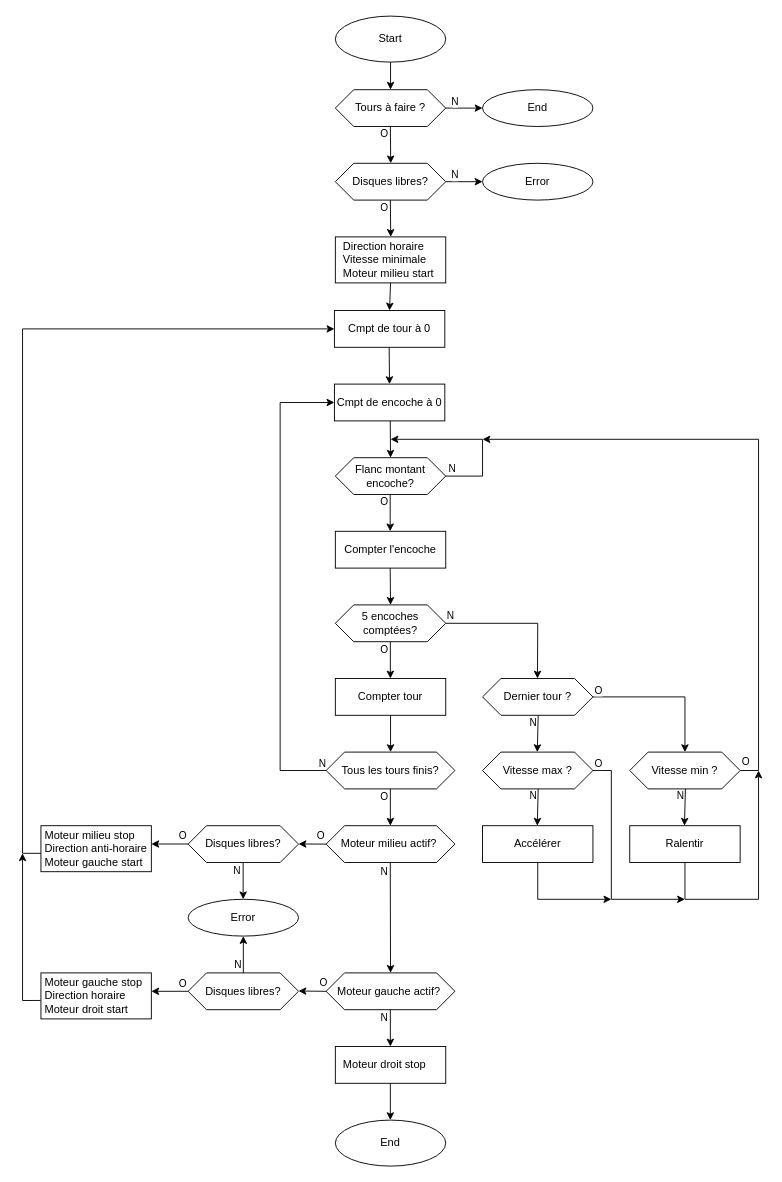
Earlier version of the draw.io diagram doc/diags/auto_sequence.drawio (Schokiiiiiiii/csn26). Source tidied: cells renumbered, new cells numbered last; positions are measured from the earlier drawing's top-left corner, leaving out a move shared by most shapes. Both pictures are drawn from the tidied source at 92%, with x=0, y=0 at pixel (22, 16).
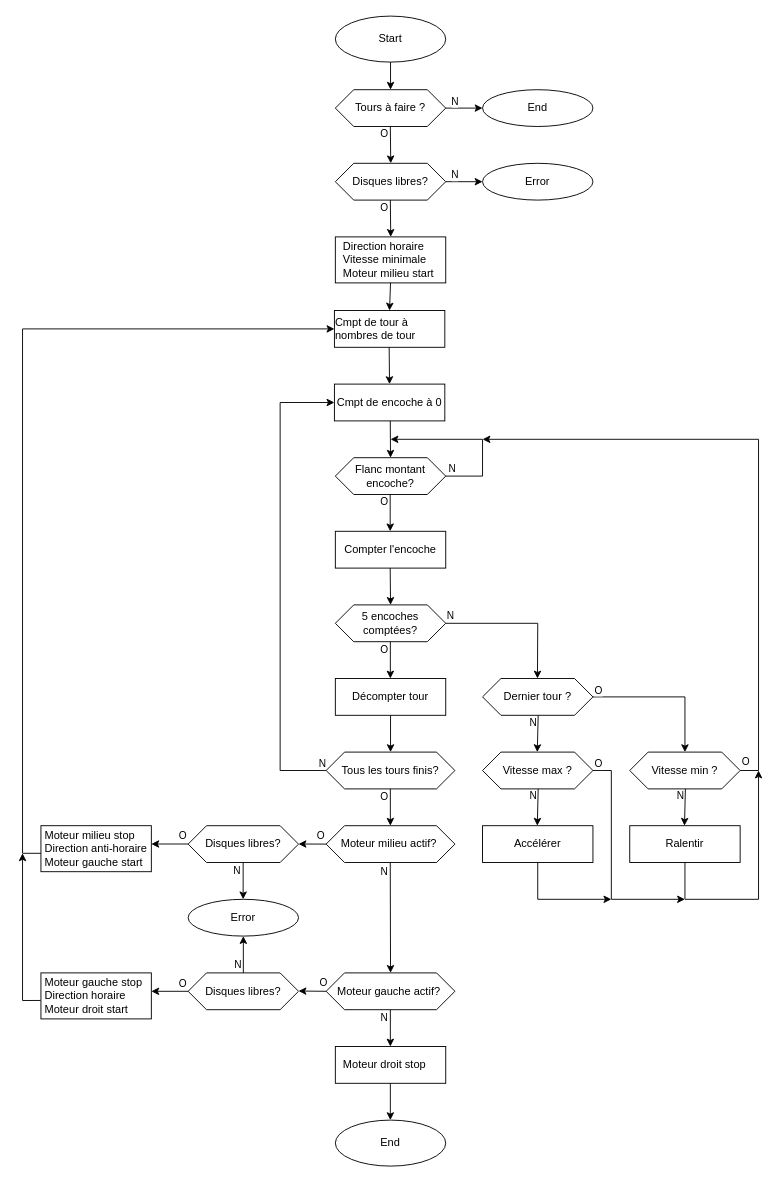
After the change.

What changed in the source:
```diff
@@
-    <mxCell id="17" value="&lt;div&gt;Compter tour&lt;/div&gt;" style="rounded=0;whiteSpace=wrap;html=1;" parent="1" vertex="1">
+    <mxCell id="17" value="&lt;div&gt;Décompter tour&lt;/div&gt;" style="rounded=0;whiteSpace=wrap;html=1;" parent="1" vertex="1">
       <mxGeometry x="340" y="720" width="120" height="40" as="geometry" />
     </mxCell>
@@
-    <mxCell id="62" value="&lt;div align=&quot;left&quot;&gt;Cmpt de tour à 0&lt;/div&gt;" style="rounded=0;whiteSpace=wrap;html=1;" parent="1" vertex="1">
+    <mxCell id="62" value="&lt;div align=&quot;left&quot;&gt;Cmpt de tour à nombres de tour&lt;/div&gt;" style="rounded=0;whiteSpace=wrap;html=1;" parent="1" vertex="1">
       <mxGeometry x="339" y="320" width="120" height="40" as="geometry" />
     </mxCell>
```
